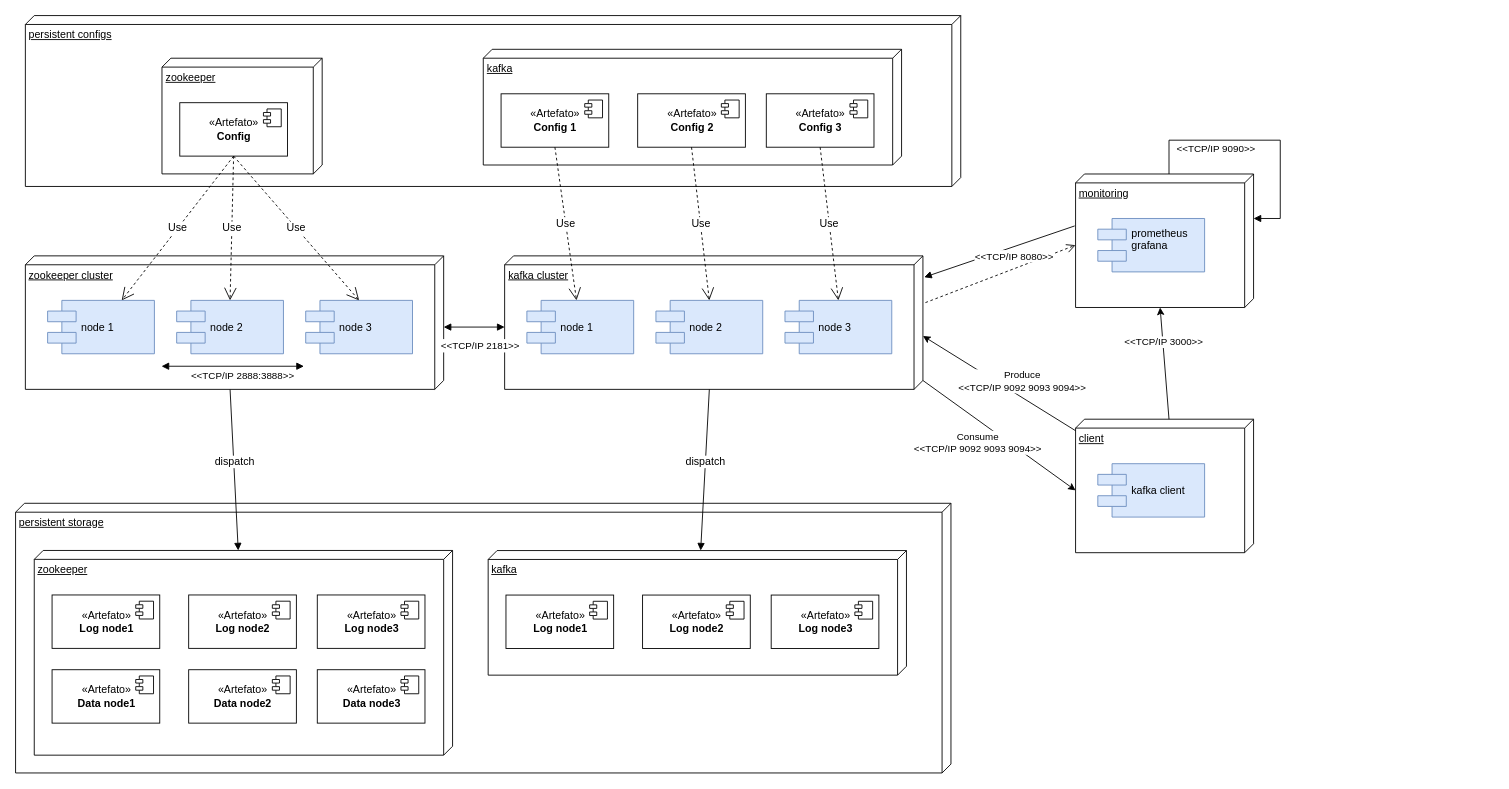
flinox/kafka-cluster keeps this draw.io diagram as plano/images/2019-05-22-diagrama-implementacao.drawio. Above is the earlier version. Source tidied: cells renumbered, new cells numbered last; positions are measured from the earlier drawing's top-left corner, leaving out a move shared by most shapes. Both pictures are drawn from the tidied source at 89%, with x=0, y=0 at pixel (15, 15).
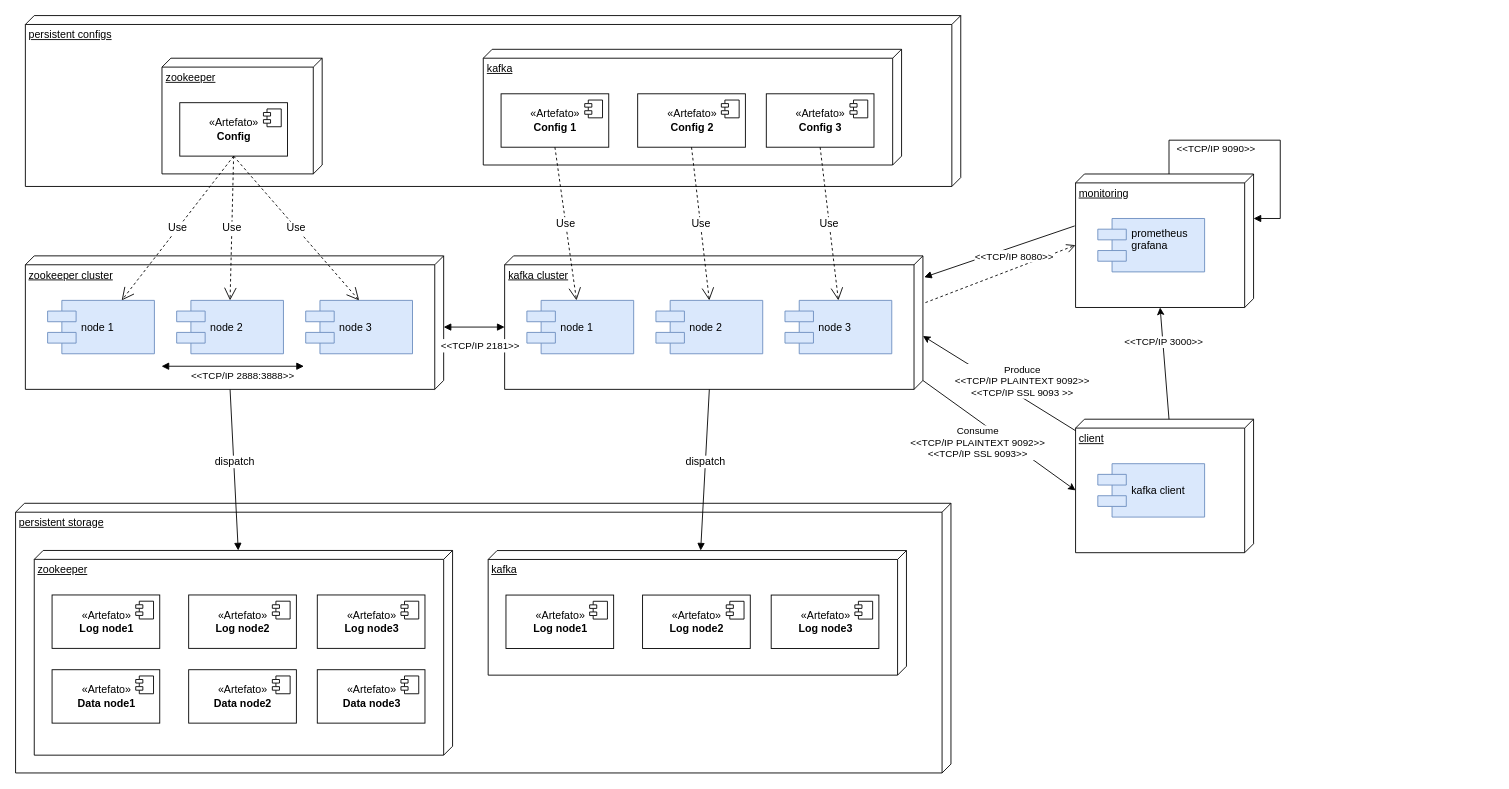
The same diagram, later.

Unchanged cells that the change refers to:
```xml
<mxCell id="72" style="endArrow=classic;html=1;fontFamily=Helvetica;fontSize=12;entryX=0.6;entryY=0;entryDx=0;entryDy=0;entryPerimeter=0;" parent="1" edge="1" source="68" target="35">
  <mxGeometry relative="1" as="geometry" />
</mxCell>
<mxCell id="74" style="endArrow=classic;html=1;fontFamily=Helvetica;fontSize=12;entryX=0;entryY=0;entryDx=80;entryDy=200;entryPerimeter=0;exitX=0;exitY=0;exitDx=140;exitDy=0;exitPerimeter=0;" parent="1" edge="1" source="35" target="68">
  <mxGeometry relative="1" as="geometry" />
</mxCell>
```

Diff of the diagram source:
```diff
@@
-    <mxCell id="73" value="Produce&lt;br style=&quot;font-size: 11px;&quot;&gt;&amp;lt;&amp;lt;TCP/IP 9092 9093 9094&amp;gt;&amp;gt;" style="text;html=1;align=center;verticalAlign=middle;labelBackgroundColor=#ffffff;fontSize=11;fontFamily=Helvetica;" parent="72" vertex="1">
+    <mxCell id="73" value="Produce&lt;br style=&quot;font-size: 11px&quot;&gt;&lt;div&gt;&amp;lt;&amp;lt;TCP/IP PLAINTEXT 9092&amp;gt;&amp;gt;&lt;/div&gt;&lt;div&gt;&amp;lt;&amp;lt;TCP/IP SSL 9093 &amp;gt;&amp;gt;&lt;br&gt;&lt;/div&gt;" style="text;html=1;align=center;verticalAlign=middle;labelBackgroundColor=#ffffff;fontSize=11;fontFamily=Helvetica;" parent="72" vertex="1">
       <mxGeometry x="-0.55" relative="1" as="geometry">
         <mxPoint x="-22" y="-32.5" as="offset" />
       </mxGeometry>
     </mxCell>
@@
-    <mxCell id="75" value="Consume&lt;br style=&quot;font-size: 11px;&quot;&gt;&amp;lt;&amp;lt;TCP/IP 9092 9093 9094&amp;gt;&amp;gt;" style="text;html=1;align=center;verticalAlign=middle;labelBackgroundColor=#ffffff;fontSize=11;fontFamily=Helvetica;" parent="74" vertex="1">
+    <mxCell id="75" value="Consume&lt;br style=&quot;font-size: 11px&quot;&gt;&lt;div&gt;&amp;lt;&amp;lt;TCP/IP PLAINTEXT 9092&amp;gt;&amp;gt;&lt;/div&gt;&lt;div&gt;&amp;lt;&amp;lt;TCP/IP SSL 9093&amp;gt;&amp;gt;&lt;br&gt;&lt;/div&gt;" style="text;html=1;align=center;verticalAlign=middle;labelBackgroundColor=#ffffff;fontSize=11;fontFamily=Helvetica;" parent="74" vertex="1">
       <mxGeometry x="-0.43" y="-4" relative="1" as="geometry">
         <mxPoint x="15" y="31.5" as="offset" />
       </mxGeometry>
     </mxCell>
```
